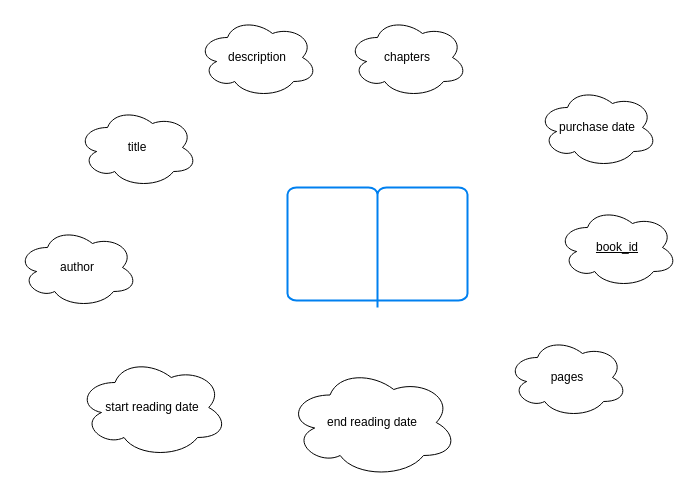
Earlier version of the draw.io diagram page "Purpose" (1 of 3) of christoph/books.drawio (OinkoIT/BE16-DBDev-DAY1-Claus-Christoph). Source tidied: cells renumbered, new cells numbered last; positions are measured from the earlier drawing's top-left corner, leaving out a move shared by most shapes. Both pictures are drawn from the tidied source at 100%, with x=0, y=0 at pixel (17, 17).
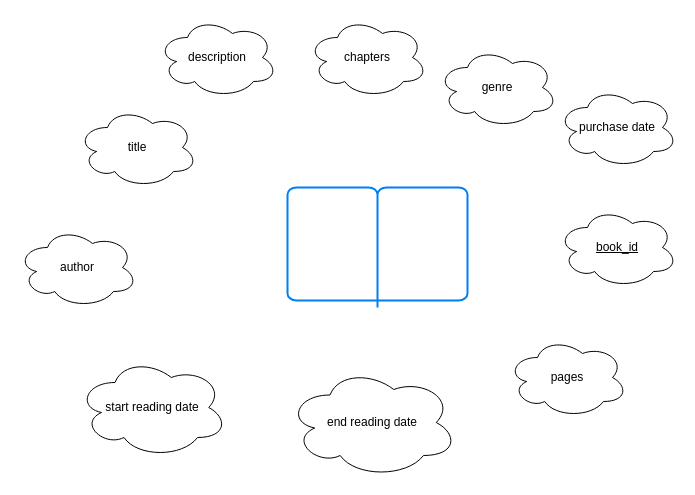
Above is the later version.

Diff of the diagram source:
```diff
@@
 <mxGraphModel>
   <root>
     <mxCell id="0" />
     <mxCell id="1" parent="0" />
     <mxCell id="2" style="html=1;verticalLabelPosition=bottom;align=center;labelBackgroundColor=#ffffff;verticalAlign=top;strokeWidth=2;strokeColor=#0080F0;shadow=0;dashed=0;shape=mxgraph.ios7.icons.book;" parent="1" vertex="1">
       <mxGeometry x="270" y="170" width="180" height="120" as="geometry" />
     </mxCell>
     <mxCell id="3" value="author" style="ellipse;shape=cloud;whiteSpace=wrap;html=1;" parent="1" vertex="1">
       <mxGeometry y="210" width="120" height="80" as="geometry" />
     </mxCell>
     <mxCell id="4" value="title" style="ellipse;shape=cloud;whiteSpace=wrap;html=1;" parent="1" vertex="1">
       <mxGeometry x="60" y="90" width="120" height="80" as="geometry" />
     </mxCell>
     <mxCell id="5" value="description" style="ellipse;shape=cloud;whiteSpace=wrap;html=1;" parent="1" vertex="1">
-      <mxGeometry x="180" width="120" height="80" as="geometry" />
+      <mxGeometry x="140" width="120" height="80" as="geometry" />
     </mxCell>
     <mxCell id="6" value="chapters" style="ellipse;shape=cloud;whiteSpace=wrap;html=1;" parent="1" vertex="1">
-      <mxGeometry x="330" width="120" height="80" as="geometry" />
+      <mxGeometry x="290" width="120" height="80" as="geometry" />
     </mxCell>
     <mxCell id="7" value="purchase date" style="ellipse;shape=cloud;whiteSpace=wrap;html=1;" parent="1" vertex="1">
-      <mxGeometry x="520" y="70" width="120" height="80" as="geometry" />
+      <mxGeometry x="540" y="70" width="120" height="80" as="geometry" />
     </mxCell>
     <mxCell id="8" value="&lt;u&gt;book_id&lt;/u&gt;" style="ellipse;shape=cloud;whiteSpace=wrap;html=1;" parent="1" vertex="1">
       <mxGeometry x="540" y="190" width="120" height="80" as="geometry" />
     </mxCell>
     <mxCell id="9" value="start reading date" style="ellipse;shape=cloud;whiteSpace=wrap;html=1;" parent="1" vertex="1">
       <mxGeometry x="60" y="340" width="150" height="100" as="geometry" />
     </mxCell>
     <mxCell id="10" value="end reading date" style="ellipse;shape=cloud;whiteSpace=wrap;html=1;" parent="1" vertex="1">
       <mxGeometry x="270" y="350" width="170" height="110" as="geometry" />
     </mxCell>
     <mxCell id="11" value="pages" style="ellipse;shape=cloud;whiteSpace=wrap;html=1;" parent="1" vertex="1">
       <mxGeometry x="490" y="320" width="120" height="80" as="geometry" />
     </mxCell>
+    <mxCell id="12" value="genre" style="ellipse;shape=cloud;whiteSpace=wrap;html=1;" parent="1" vertex="1">
+      <mxGeometry x="420" y="30" width="120" height="80" as="geometry" />
+    </mxCell>
   </root>
 </mxGraphModel>
```
